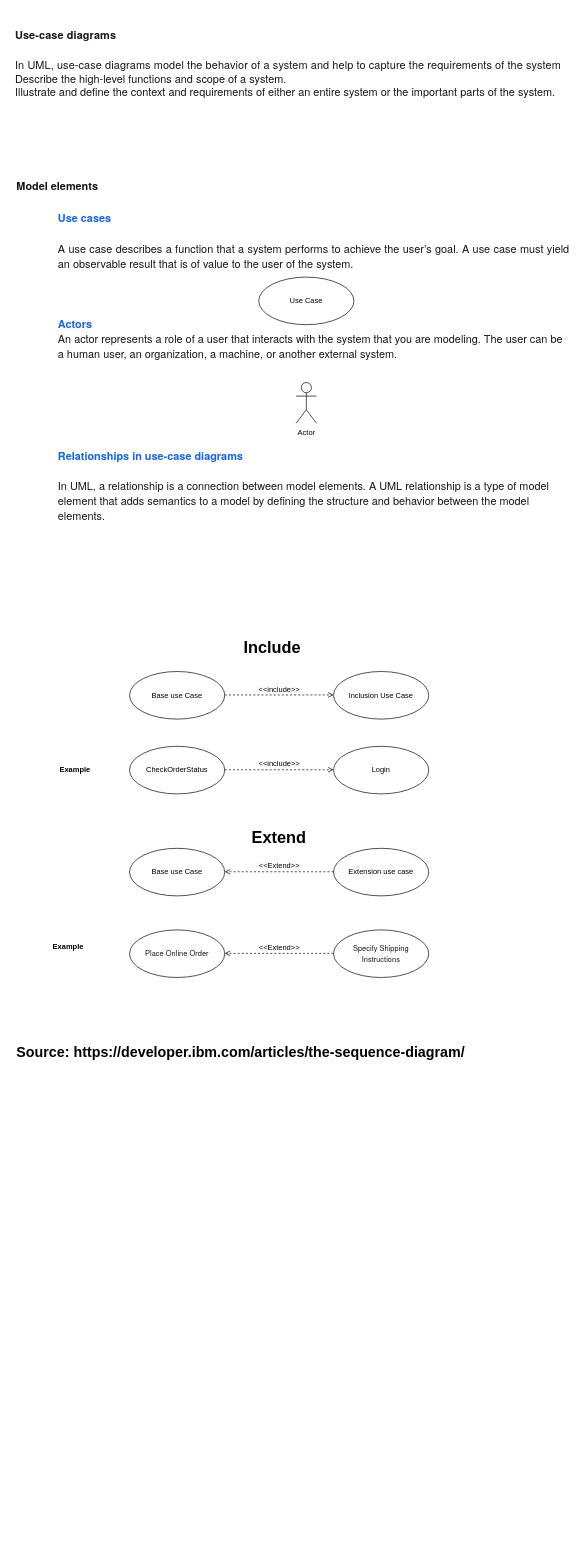
huutriGh/Apptech-Diagram keeps this draw.io diagram as page "Use Case" (2 of 3) of Sequence.drawio. Above is the earlier version. Source tidied: cells renumbered, new cells numbered last; positions are measured from the earlier drawing's top-left corner, leaving out a move shared by most shapes. Both pictures are drawn from the tidied source at 68%, with x=0, y=0 at pixel (12, 18).
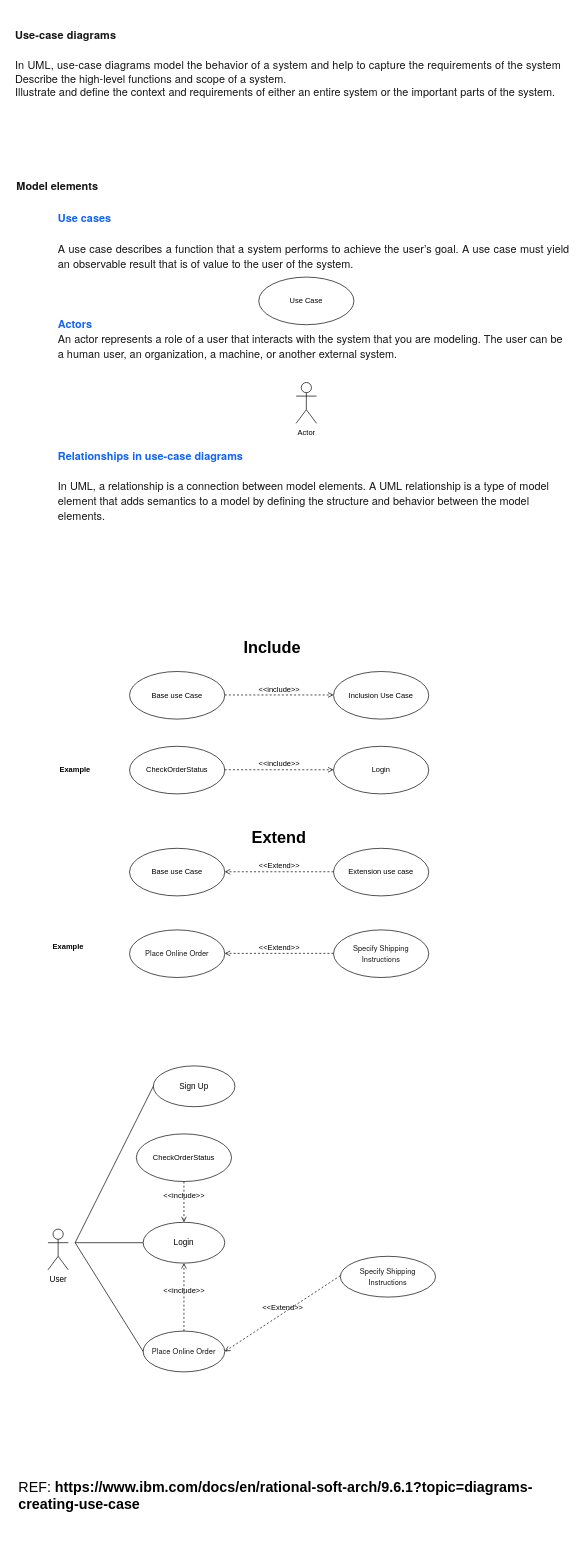
Above is the later version.

The edit, as a diff of the source:
```diff
@@
-    <mxCell id="23" value="Source: https://developer.ibm.com/articles/the-sequence-diagram/" style="text;whiteSpace=wrap;html=1;fontStyle=1;fontSize=21;" parent="1" vertex="1">
-      <mxGeometry x="5" y="1500" width="798" height="40" as="geometry" />
+    <mxCell id="23" value="&lt;span style=&quot;font-weight: normal;&quot;&gt;REF:&lt;/span&gt; https://www.ibm.com/docs/en/rational-soft-arch/9.6.1?topic=diagrams-creating-use-case" style="text;whiteSpace=wrap;html=1;fontStyle=1;fontSize=21;" parent="1" vertex="1">
+      <mxGeometry x="7.5" y="2140" width="798" height="120" as="geometry" />
     </mxCell>
+    <mxCell id="24" value="User" style="shape=umlActor;verticalLabelPosition=bottom;verticalAlign=top;html=1;labelBackgroundColor=none;" parent="1" vertex="1">
+      <mxGeometry x="53" y="1780" width="30" height="60" as="geometry" />
+    </mxCell>
+    <mxCell id="25" value="Sign Up" style="ellipse;whiteSpace=wrap;html=1;verticalAlign=middle;labelBackgroundColor=default;" parent="1" vertex="1">
+      <mxGeometry x="208" y="1540" width="120" height="60" as="geometry" />
+    </mxCell>
+    <mxCell id="26" value="Login" style="ellipse;whiteSpace=wrap;html=1;verticalAlign=middle;labelBackgroundColor=default;" parent="1" vertex="1">
+      <mxGeometry x="193" y="1770" width="120" height="60" as="geometry" />
+    </mxCell>
+    <mxCell id="27" value="&lt;span style=&quot;color: rgb(22, 22, 22); font-family: &amp;quot;IBM Plex Sans&amp;quot;, &amp;quot;Helvetica Neue&amp;quot;, Arial, sans-serif; text-align: start; background-color: rgb(255, 255, 255);&quot;&gt;Place Online Order&lt;/span&gt;" style="ellipse;whiteSpace=wrap;html=1;fontSize=11;" parent="1" vertex="1">
+      <mxGeometry x="193" y="1930" width="120" height="60" as="geometry" />
+    </mxCell>
+    <mxCell id="28" value="&lt;span style=&quot;color: rgb(22, 22, 22); font-family: &amp;quot;IBM Plex Sans&amp;quot;, &amp;quot;Helvetica Neue&amp;quot;, Arial, sans-serif; text-align: start; background-color: rgb(255, 255, 255);&quot;&gt;Specify Shipping Instructions&lt;/span&gt;" style="ellipse;whiteSpace=wrap;html=1;fontSize=11;" parent="1" vertex="1">
+      <mxGeometry x="483" y="1820" width="140" height="60" as="geometry" />
+    </mxCell>
+    <mxCell id="29" value="&amp;lt;&amp;lt;Extend&amp;gt;&amp;gt;" style="html=1;verticalAlign=bottom;labelBackgroundColor=none;endArrow=open;endFill=0;dashed=1;rounded=0;fontSize=11;entryX=1;entryY=0.5;entryDx=0;entryDy=0;" parent="1" edge="1" target="27">
+      <mxGeometry relative="1" as="geometry">
+        <mxPoint x="483" y="1848.5" as="sourcePoint" />
+      </mxGeometry>
+    </mxCell>
+    <mxCell id="30" style="endArrow=none;html=1;rounded=0;strokeColor=#000000;entryX=0;entryY=0.5;entryDx=0;entryDy=0;" parent="1" edge="1" target="25">
+      <mxGeometry relative="1" as="geometry">
+        <mxPoint x="93" y="1800" as="sourcePoint" />
+      </mxGeometry>
+    </mxCell>
+    <mxCell id="31" style="endArrow=none;html=1;rounded=0;strokeColor=#000000;entryX=0;entryY=0.5;entryDx=0;entryDy=0;" parent="1" edge="1" target="26">
+      <mxGeometry relative="1" as="geometry">
+        <mxPoint x="93" y="1800" as="sourcePoint" />
+      </mxGeometry>
+    </mxCell>
+    <mxCell id="32" style="endArrow=none;html=1;rounded=0;strokeColor=#000000;entryX=0;entryY=0.5;entryDx=0;entryDy=0;" parent="1" edge="1" target="27">
+      <mxGeometry relative="1" as="geometry">
+        <mxPoint x="93" y="1800" as="sourcePoint" />
+      </mxGeometry>
+    </mxCell>
+    <mxCell id="33" value="&amp;lt;&amp;lt;include&amp;gt;&amp;gt;" style="html=1;verticalAlign=bottom;labelBackgroundColor=none;endArrow=open;endFill=0;dashed=1;rounded=0;fontSize=11;exitX=0.5;exitY=0;exitDx=0;exitDy=0;entryX=0.5;entryY=1;entryDx=0;entryDy=0;" parent="1" edge="1" source="27" target="26">
+      <mxGeometry relative="1" as="geometry" />
+    </mxCell>
+    <mxCell id="34" value="CheckOrderStatus" style="ellipse;whiteSpace=wrap;html=1;fontSize=11;" parent="1" vertex="1">
+      <mxGeometry x="183" y="1640" width="140" height="70" as="geometry" />
+    </mxCell>
+    <mxCell id="35" value="&amp;lt;&amp;lt;include&amp;gt;&amp;gt;" style="html=1;verticalAlign=bottom;labelBackgroundColor=none;endArrow=open;endFill=0;dashed=1;rounded=0;fontSize=11;exitX=0.5;exitY=1;exitDx=0;exitDy=0;entryX=0.5;entryY=0;entryDx=0;entryDy=0;entryPerimeter=0;" parent="1" edge="1" source="34" target="26">
+      <mxGeometry relative="1" as="geometry" />
+    </mxCell>
```
